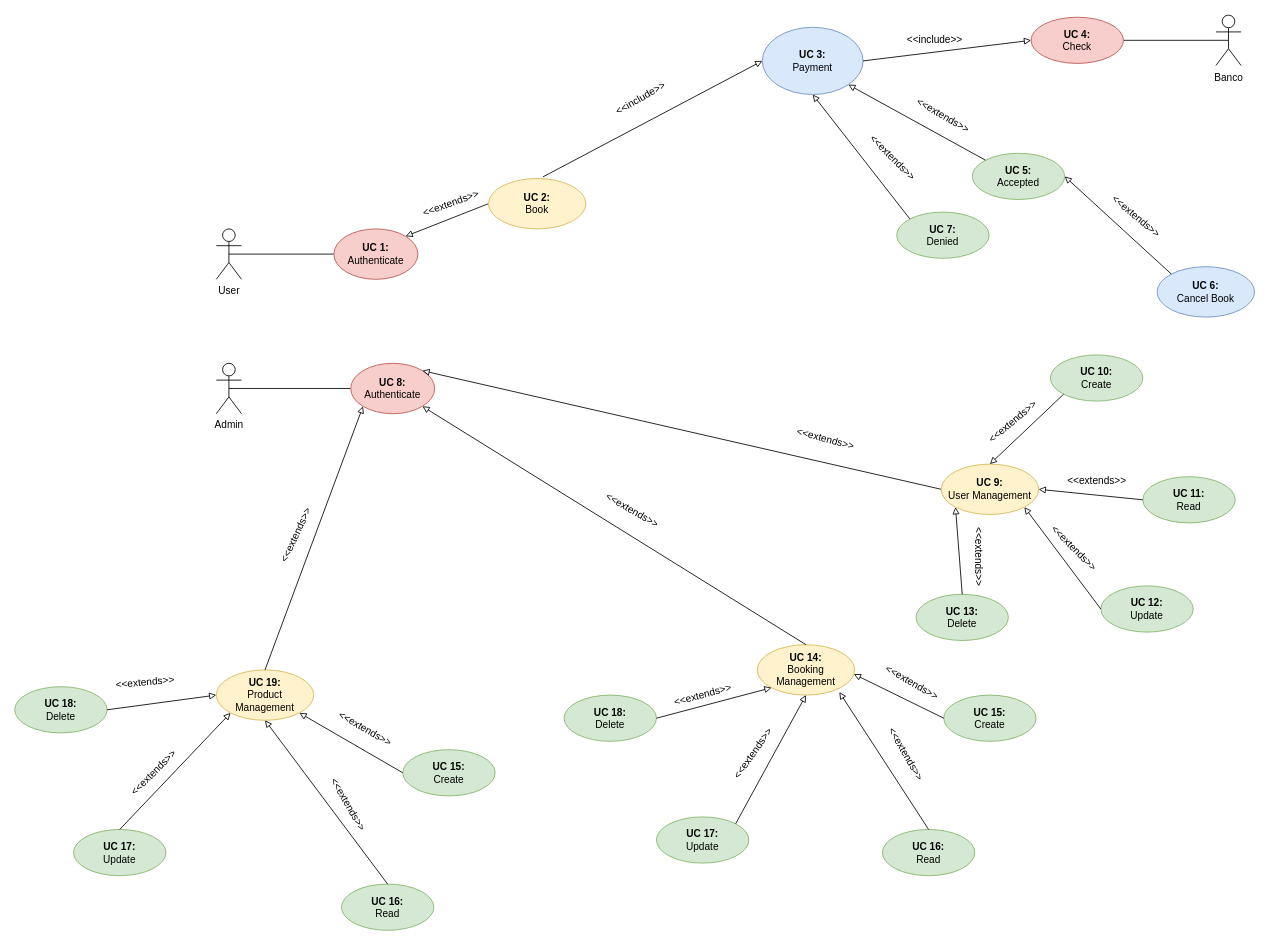
The draw.io diagram docs/en/diagrams/drawio/usecase_diagram.drawio in TheReported/jhoola, before the edit. Source tidied: cells renumbered, new cells numbered last; positions are measured from the earlier drawing's top-left corner, leaving out a move shared by most shapes. Both pictures are drawn from the tidied source at 84%, with x=0, y=0 at pixel (14, 15).
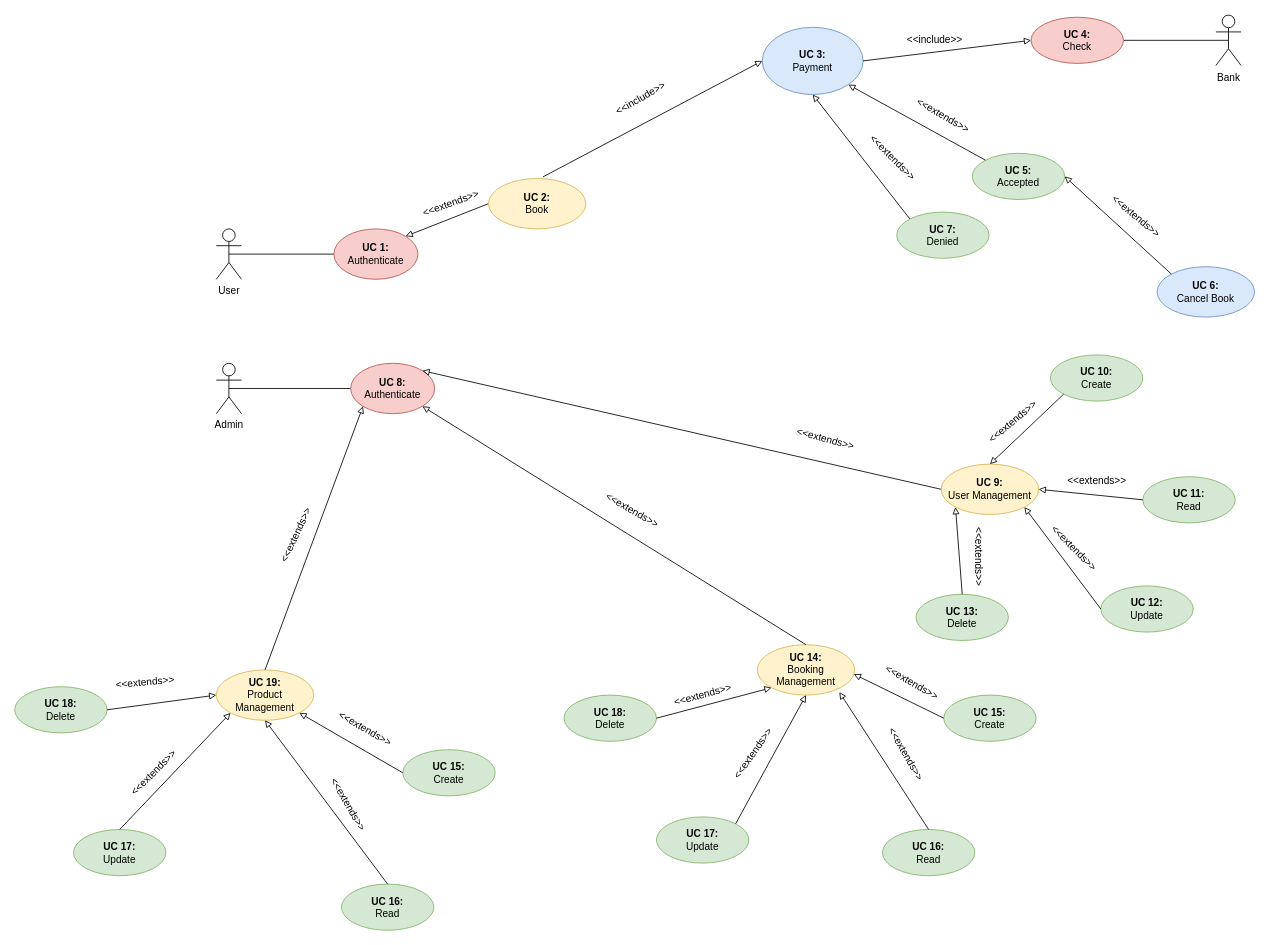
Above is the later version.

Commit message:
#4 Translation error fixed

The edit, as a diff of the source:
```diff
@@
-    <mxCell id="38" value="Banco" style="shape=umlActor;verticalLabelPosition=bottom;verticalAlign=top;html=1;outlineConnect=0;" parent="1" vertex="1">
+    <mxCell id="38" value="Bank" style="shape=umlActor;verticalLabelPosition=bottom;verticalAlign=top;html=1;outlineConnect=0;" parent="1" vertex="1">
       <mxGeometry x="1430" y="-0.5" width="30" height="60" as="geometry" />
     </mxCell>
```
